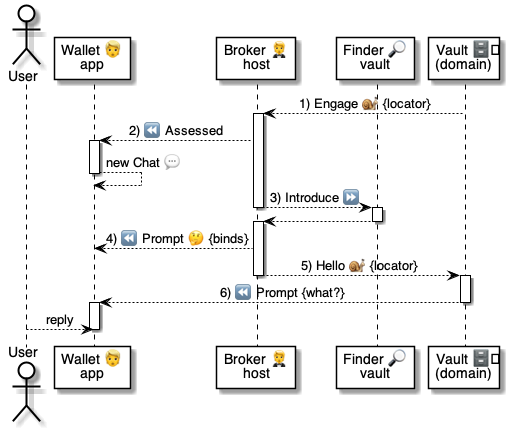
Earlier version of the PlantUML export 5 ⏩ Flows/80 🗄️⏩ Vaults/.📎 Assets/⚙️🧑‍🦰 Engage.png (pollyweb-org/pollyweb-docs). Its source is kept beside it as 5 ⏩ Flows/80 🗄️⏩ Vaults/.📎 Assets/⚙️🧑‍🦰 Engage.puml.
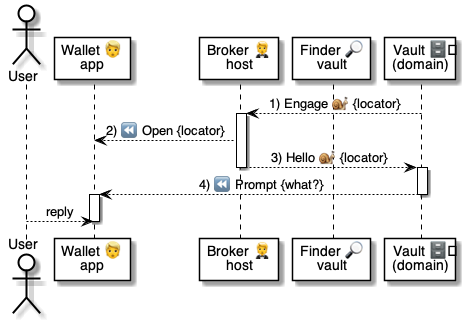
The same file after the commit.

Diff of the diagram source:
```diff
@@ -10,24 +10,12 @@
 
 activate broker
 
-broker --> wallet: 2) ⏪ Assessed
-activate wallet
-    wallet --> wallet: new Chat 💬
-deactivate wallet
-
-broker --> finder: 3) Introduce ⏩
-deactivate broker
-    activate finder
-        finder --> broker
-    deactivate finder
-activate broker
-
-broker --> wallet: 4) ⏪ Prompt 🤔 {binds}
-broker --> vault: 5) Hello 🐌 {locator}
+broker --> wallet: 2) ⏪ Open {locator}
+broker --> vault: 3) Hello 🐌 {locator}
 deactivate broker
 
 activate vault
-    vault --> wallet: 6) ⏪ Prompt {what?}
+    vault --> wallet: 4) ⏪ Prompt {what?}
 deactivate vault
 
 activate wallet
```
